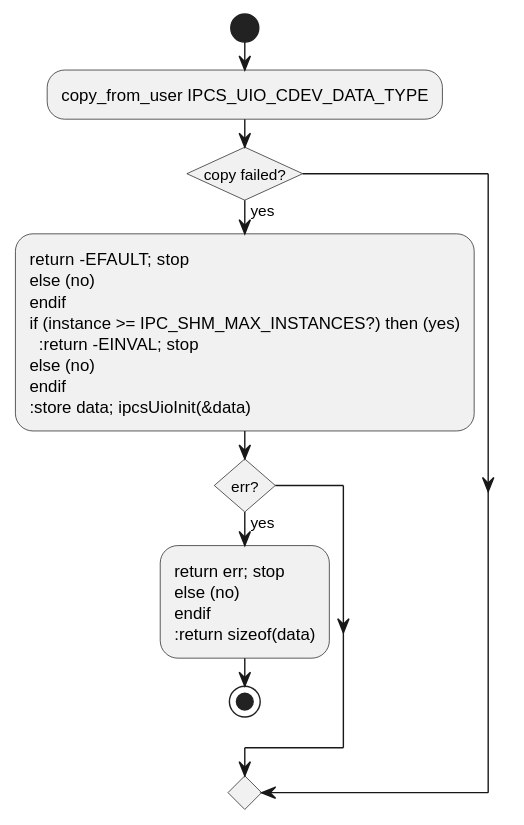
Before: c1_sdd_linux-ipcs/cursor_tmp/flow_svgs/linux_6_4_24_ipcsCdevWrite.svg, a diagram exported from PlantUML (Mastang1/sad_sdd_proj).
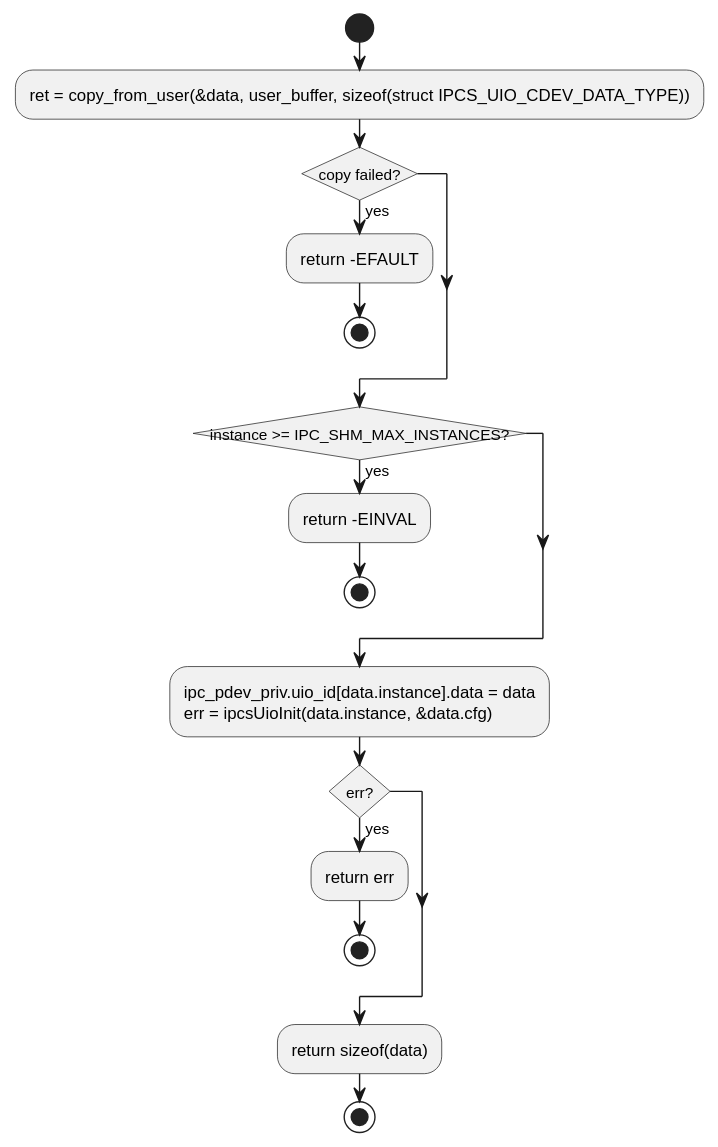
The same diagram one commit later.

The edit, as a diff of the source:
```diff
@@ -3,19 +3,19 @@
 skinparam conditionStyle insideDiamond
 skinparam linetype ortho
 start
-:copy_from_user IPCS_UIO_CDEV_DATA_TYPE;
+:ret = copy_from_user(&data, user_buffer, sizeof(struct IPCS_UIO_CDEV_DATA_TYPE));
 if (copy failed?) then (yes)
-  :return -EFAULT; stop
-else (no)
+  :return -EFAULT;
+stop
 endif
 if (instance >= IPC_SHM_MAX_INSTANCES?) then (yes)
-  :return -EINVAL; stop
-else (no)
+  :return -EINVAL;
+stop
 endif
-:store data; ipcsUioInit(&data);
+:ipc_pdev_priv.uio_id[data.instance].data = data\nerr = ipcsUioInit(data.instance, &data.cfg);
 if (err?) then (yes)
-  :return err; stop
-else (no)
+  :return err;
+stop
 endif
 :return sizeof(data);
 stop
```
